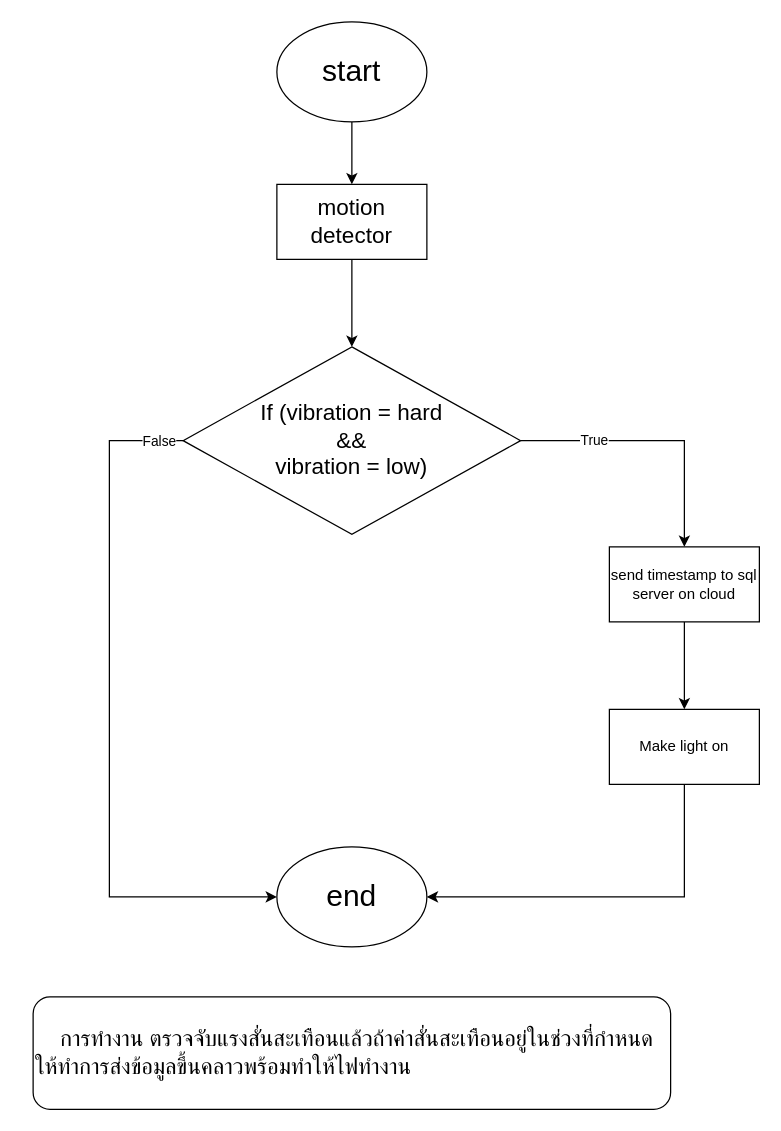
JetsadaWijit/university-bangkok-2024-3yr-sm2-cs423-project keeps this draw.io diagram as diagram.drawio. Above is the earlier version. Source tidied: cells renumbered, new cells numbered last; positions are measured from the earlier drawing's top-left corner, leaving out a move shared by most shapes. Both pictures are drawn from the tidied source at 125%, with x=0, y=0 at pixel (32, 21).
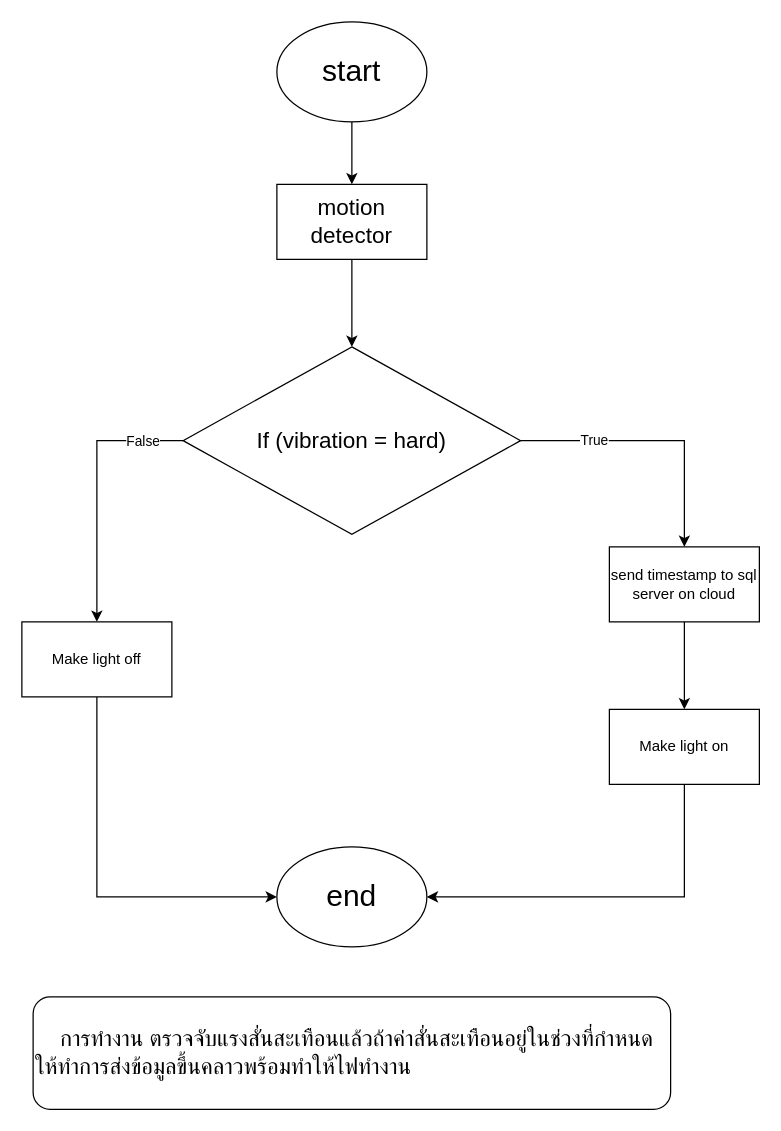
The same page after the edit.

Unchanged cells that the change refers to:
```xml
<mxCell id="11" value="&lt;font style=&quot;font-size: 24px;&quot;&gt;end&lt;/font&gt;" style="ellipse;whiteSpace=wrap;html=1;" parent="1" vertex="1">
  <mxGeometry x="195" y="660" width="120" height="80" as="geometry" />
</mxCell>
```

Change to the diagram source:
```diff
@@
-    <mxCell id="6" style="edgeStyle=orthogonalEdgeStyle;rounded=0;jettySize=auto;html=1;entryX=0;entryY=0.5;entryDx=0;entryDy=0;" parent="1" edge="1" source="10" target="11">
-      <mxGeometry relative="1" as="geometry">
-        <Array as="points">
-          <mxPoint x="61" y="335" />
-          <mxPoint x="61" y="700" />
-        </Array>
-      </mxGeometry>
-    </mxCell>
-    <mxCell id="7" value="False" style="edgeLabel;html=1;align=center;verticalAlign=middle;" parent="6" vertex="1">
-      <mxGeometry x="-0.93" relative="1" as="geometry" />
-    </mxCell>
@@
+    <mxCell id="17" style="edgeStyle=orthogonalEdgeStyle;rounded=0;jettySize=auto;html=1;" parent="1" edge="1" source="10" target="19">
+      <mxGeometry relative="1" as="geometry" />
+    </mxCell>
+    <mxCell id="7" value="False" style="edgeLabel;html=1;align=center;verticalAlign=middle;" parent="17" vertex="1">
+      <mxGeometry x="-0.69" relative="1" as="geometry" />
+    </mxCell>
-    <mxCell id="10" value="&lt;font style=&quot;&quot;&gt;&lt;font style=&quot;font-size: 18px;&quot;&gt;If (vibration = hard&lt;br&gt;&amp;amp;&amp;amp;&lt;br&gt;vibration = low&lt;span style=&quot;background-color: initial;&quot;&gt;)&lt;/span&gt;&lt;/font&gt;&lt;br&gt;&lt;/font&gt;" style="rhombus;whiteSpace=wrap;html=1;" parent="1" vertex="1">
+    <mxCell id="10" value="&lt;font style=&quot;&quot;&gt;&lt;font style=&quot;font-size: 18px;&quot;&gt;If (vibration = hard&lt;span style=&quot;background-color: initial;&quot;&gt;)&lt;/span&gt;&lt;/font&gt;&lt;br&gt;&lt;/font&gt;" style="rhombus;whiteSpace=wrap;html=1;" parent="1" vertex="1">
       <mxGeometry x="120" y="260" width="270" height="150" as="geometry" />
     </mxCell>
@@
+    <mxCell id="18" style="edgeStyle=orthogonalEdgeStyle;rounded=0;jettySize=auto;html=1;entryX=0;entryY=0.5;entryDx=0;entryDy=0;" parent="1" edge="1" source="19" target="11">
+      <mxGeometry relative="1" as="geometry">
+        <Array as="points">
+          <mxPoint x="51" y="700" />
+        </Array>
+      </mxGeometry>
+    </mxCell>
+    <mxCell id="19" value="Make light off" style="rounded=0;whiteSpace=wrap;html=1;" parent="1" vertex="1">
+      <mxGeometry x="-9" y="480" width="120" height="60" as="geometry" />
+    </mxCell>
```
